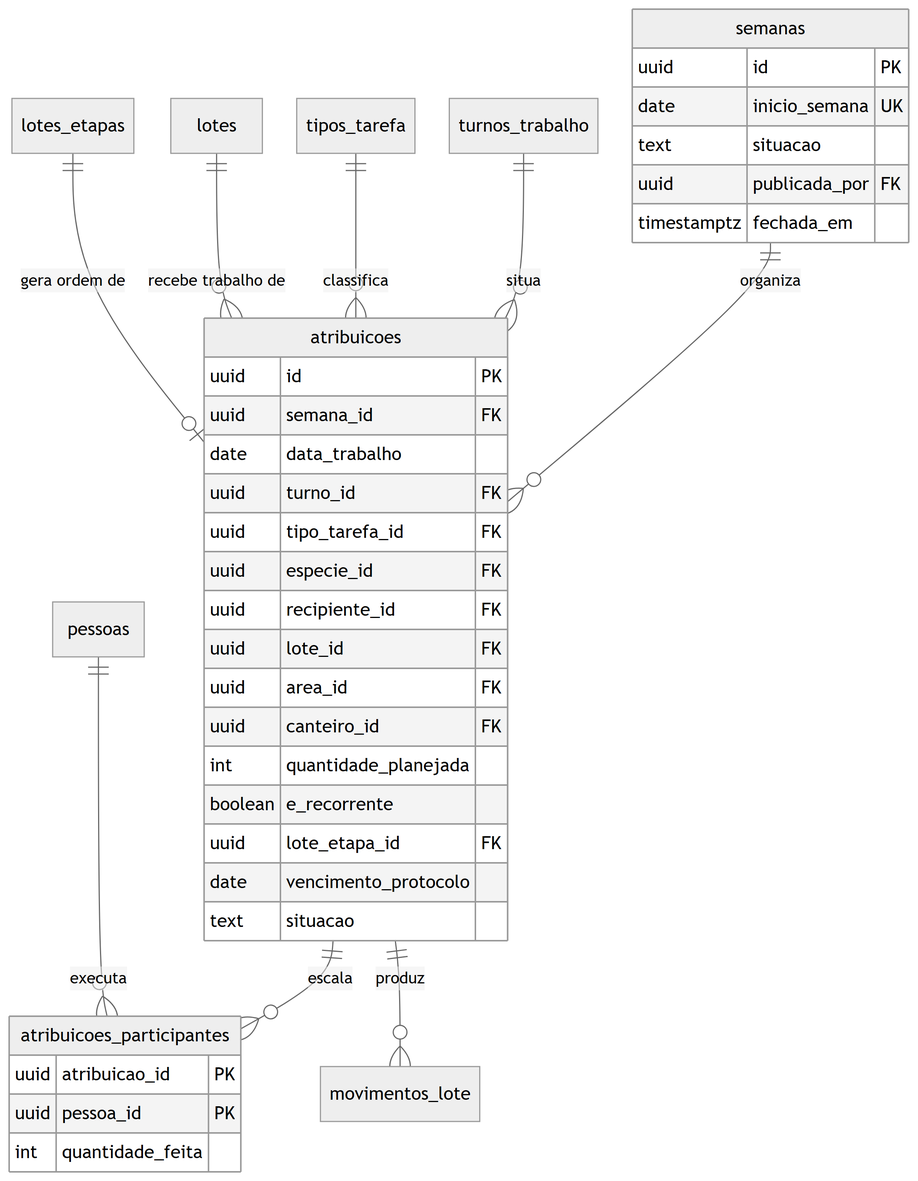
Above: docs/engenharia/modelo-dados-pt/img/fig14-producao-agenda.png in JoaoMudar/tcc (Mermaid), before the change. Its source is kept beside it as docs/engenharia/modelo-dados-pt/mmd/fig14-producao-agenda.mmd. Source of this version:
```mermaid
erDiagram
  semanas {
    uuid        id PK
    date        inicio_semana UK
    text        situacao
    uuid        publicada_por FK
    timestamptz fechada_em
  }
  atribuicoes {
    uuid    id PK
    uuid    semana_id FK
    date    data_trabalho
    uuid    turno_id FK
    uuid    tipo_tarefa_id FK
    uuid    especie_id FK
    uuid    recipiente_id FK
    uuid    lote_id FK
    uuid    area_id FK
    uuid    canteiro_id FK
    int     quantidade_planejada
    boolean e_recorrente
    uuid    lote_etapa_id FK
    date    vencimento_protocolo
    text    situacao
  }
  atribuicoes_participantes {
    uuid atribuicao_id PK
    uuid pessoa_id PK
    int  quantidade_feita
  }
  turnos_trabalho {}
  tipos_tarefa {}
  pessoas {}
  lotes {}
  lotes_etapas {}
  movimentos_lote {}

  semanas     ||--o{ atribuicoes : "organiza"
  atribuicoes ||--o{ atribuicoes_participantes : "escala"
  atribuicoes ||--o{ movimentos_lote : "produz"
  turnos_trabalho ||--o{ atribuicoes : "situa"
  tipos_tarefa    ||--o{ atribuicoes : "classifica"
  pessoas         ||--o{ atribuicoes_participantes : "executa"
  lotes           ||--o{ atribuicoes : "recebe trabalho de"
  lotes_etapas    ||--o| atribuicoes : "gera ordem de"
```
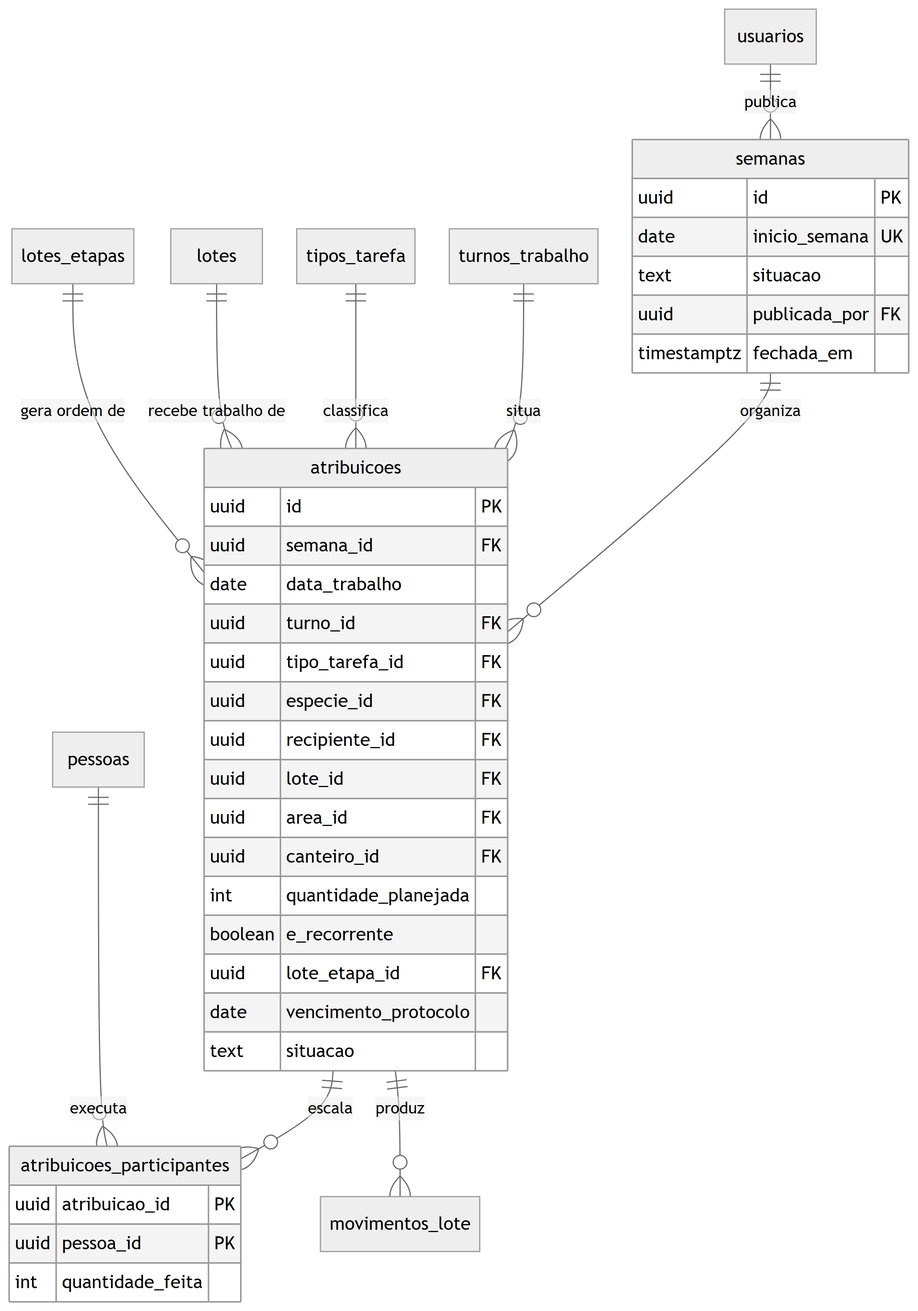
After the commit.

Change to the diagram source:
```diff
@@ -31,6 +31,7 @@
   turnos_trabalho {}
   tipos_tarefa {}
   pessoas {}
+  usuarios {}
   lotes {}
   lotes_etapas {}
   movimentos_lote {}
@@ -42,4 +43,5 @@
   tipos_tarefa    ||--o{ atribuicoes : "classifica"
   pessoas         ||--o{ atribuicoes_participantes : "executa"
   lotes           ||--o{ atribuicoes : "recebe trabalho de"
-  lotes_etapas    ||--o| atribuicoes : "gera ordem de"
+  lotes_etapas    ||--o{ atribuicoes : "gera ordem de"
+  usuarios        ||--o{ semanas : "publica"
```
